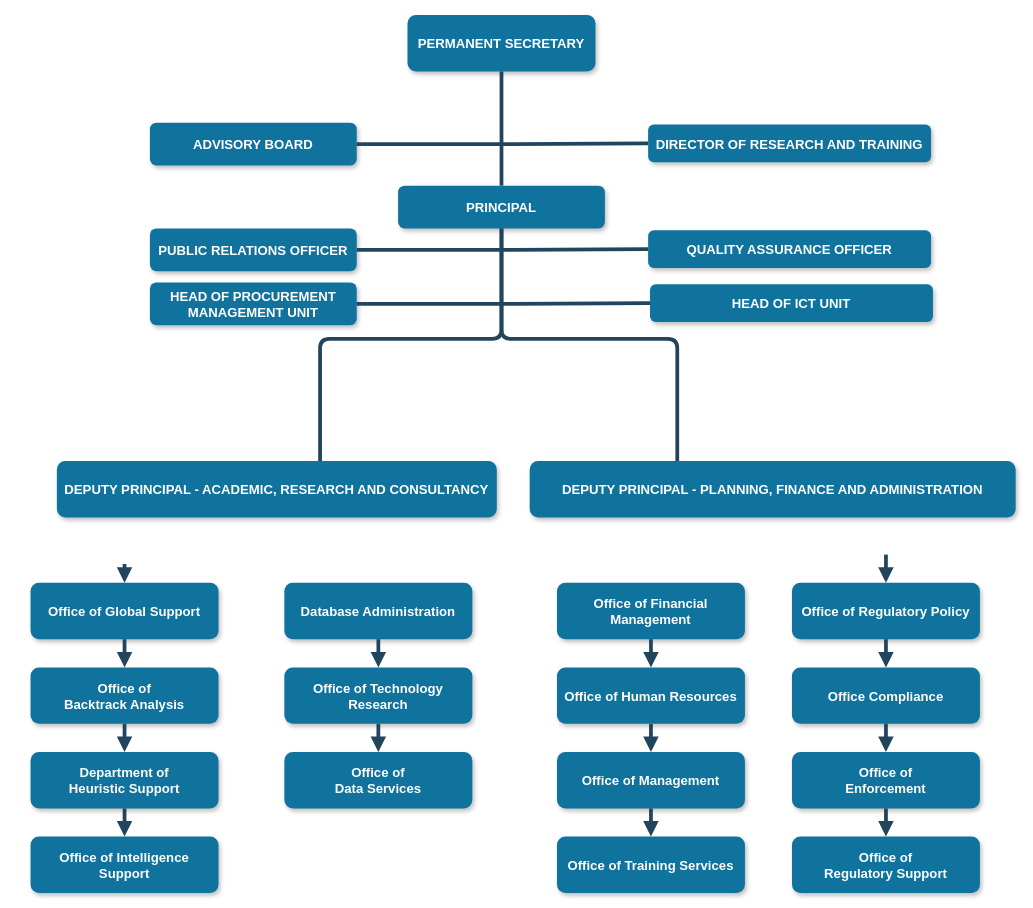
MbalamulaS/tech-diagrams keeps this draw.io diagram as organization-chart-fti.drawio. Above is the earlier version. Source tidied: cells renumbered, new cells numbered last; positions are measured from the earlier drawing's top-left corner, leaving out a move shared by most shapes. Both pictures are drawn from the tidied source at 94%, with x=0, y=0 at pixel (30, 15).
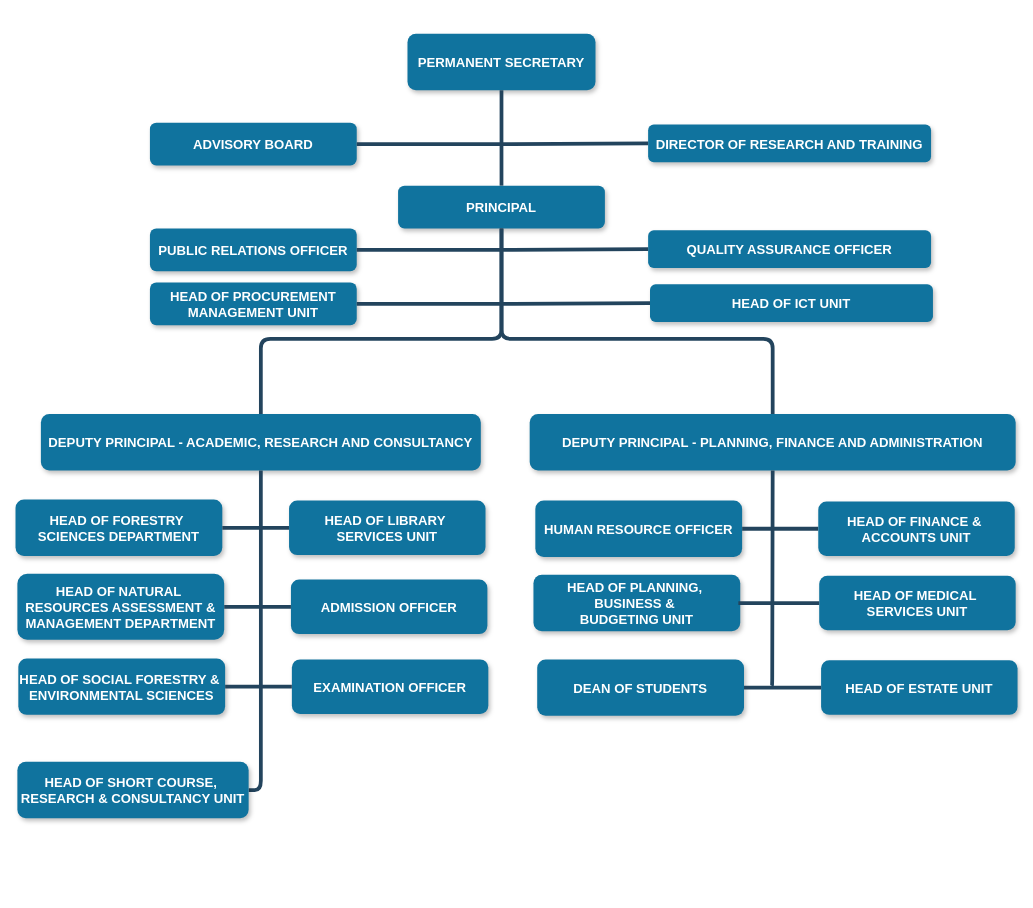
Above is the later version.

Commit message:
finalized diagram

The change refers to these unchanged cells:
```xml
<mxCell id="3" value="PRINCIPAL" style="rounded=1;fillColor=#10739E;strokeColor=none;shadow=1;gradientColor=none;fontStyle=1;fontColor=#FFFFFF;fontSize=14;" parent="1" vertex="1">
  <mxGeometry x="391" y="181" width="220" height="45.5" as="geometry" />
</mxCell>
```

What changed in the source:
```diff
@@
     <mxCell id="2" value="PERMANENT SECRETARY" style="rounded=1;fillColor=#10739E;strokeColor=none;shadow=1;gradientColor=none;fontStyle=1;fontColor=#FFFFFF;fontSize=14;" parent="1" vertex="1">
-      <mxGeometry x="401" y="-0.5" width="200" height="60" as="geometry" />
+      <mxGeometry x="401" y="19.5" width="200" height="60" as="geometry" />
     </mxCell>
@@
-    <mxCell id="4" value="Office of Global Support" style="rounded=1;fillColor=#10739E;strokeColor=none;shadow=1;gradientColor=none;fontStyle=1;fontColor=#FFFFFF;fontSize=14;" parent="1" vertex="1">
-      <mxGeometry y="603.5" width="200" height="60" as="geometry" />
-    </mxCell>
-    <mxCell id="5" value="Office of &#10;Backtrack Analysis" style="rounded=1;fillColor=#10739E;strokeColor=none;shadow=1;gradientColor=none;fontStyle=1;fontColor=#FFFFFF;fontSize=14;" parent="1" vertex="1">
-      <mxGeometry y="693.5" width="200" height="60" as="geometry" />
-    </mxCell>
-    <mxCell id="6" value="Department of &#10;Heuristic Support" style="rounded=1;fillColor=#10739E;strokeColor=none;shadow=1;gradientColor=none;fontStyle=1;fontColor=#FFFFFF;fontSize=14;" parent="1" vertex="1">
-      <mxGeometry y="783.5" width="200" height="60" as="geometry" />
-    </mxCell>
-    <mxCell id="7" value="Office of Intelligence &#10;Support" style="rounded=1;fillColor=#10739E;strokeColor=none;shadow=1;gradientColor=none;fontStyle=1;fontColor=#FFFFFF;fontSize=14;" parent="1" vertex="1">
-      <mxGeometry y="873.5" width="200" height="60" as="geometry" />
-    </mxCell>
     <mxCell id="8" value="DEPUTY PRINCIPAL - ACADEMIC, RESEARCH AND CONSULTANCY" style="rounded=1;fillColor=#10739E;strokeColor=none;shadow=1;gradientColor=none;fontStyle=1;fontColor=#FFFFFF;fontSize=14;" parent="1" vertex="1">
-      <mxGeometry x="28" y="474" width="468" height="60" as="geometry" />
+      <mxGeometry x="11" y="424" width="468" height="60" as="geometry" />
     </mxCell>
-    <mxCell id="9" value="Database Administration" style="rounded=1;fillColor=#10739E;strokeColor=none;shadow=1;gradientColor=none;fontStyle=1;fontColor=#FFFFFF;fontSize=14;" parent="1" vertex="1">
-      <mxGeometry x="270" y="603.5" width="200" height="60" as="geometry" />
-    </mxCell>
-    <mxCell id="10" value="Office of Technology &#10;Research" style="rounded=1;fillColor=#10739E;strokeColor=none;shadow=1;gradientColor=none;fontStyle=1;fontColor=#FFFFFF;fontSize=14;" parent="1" vertex="1">
-      <mxGeometry x="270" y="693.5" width="200" height="60" as="geometry" />
-    </mxCell>
-    <mxCell id="11" value="Office of&#10;Data Services" style="rounded=1;fillColor=#10739E;strokeColor=none;shadow=1;gradientColor=none;fontStyle=1;fontColor=#FFFFFF;fontSize=14;" parent="1" vertex="1">
-      <mxGeometry x="270" y="783.5" width="200" height="60" as="geometry" />
-    </mxCell>
     <mxCell id="12" value="DEPUTY PRINCIPAL - PLANNING, FINANCE AND ADMINISTRATION" style="rounded=1;fillColor=#10739E;strokeColor=none;shadow=1;gradientColor=none;fontStyle=1;fontColor=#FFFFFF;fontSize=14;" parent="1" vertex="1">
-      <mxGeometry x="531" y="474" width="517" height="60" as="geometry" />
+      <mxGeometry x="531" y="424" width="517" height="60" as="geometry" />
     </mxCell>
-    <mxCell id="13" value="Office of Financial &#10;Management" style="rounded=1;fillColor=#10739E;strokeColor=none;shadow=1;gradientColor=none;fontStyle=1;fontColor=#FFFFFF;fontSize=14;" parent="1" vertex="1">
-      <mxGeometry x="560" y="603.5" width="200" height="60" as="geometry" />
-    </mxCell>
-    <mxCell id="14" value="Office of Human Resources" style="rounded=1;fillColor=#10739E;strokeColor=none;shadow=1;gradientColor=none;fontStyle=1;fontColor=#FFFFFF;fontSize=14;" parent="1" vertex="1">
-      <mxGeometry x="560" y="693.5" width="200" height="60" as="geometry" />
-    </mxCell>
-    <mxCell id="15" value="Office of Management " style="rounded=1;fillColor=#10739E;strokeColor=none;shadow=1;gradientColor=none;fontStyle=1;fontColor=#FFFFFF;fontSize=14;" parent="1" vertex="1">
-      <mxGeometry x="560" y="783.5" width="200" height="60" as="geometry" />
-    </mxCell>
-    <mxCell id="16" value="Office of Training Services" style="rounded=1;fillColor=#10739E;strokeColor=none;shadow=1;gradientColor=none;fontStyle=1;fontColor=#FFFFFF;fontSize=14;" parent="1" vertex="1">
-      <mxGeometry x="560" y="873.5" width="200" height="60" as="geometry" />
-    </mxCell>
-    <mxCell id="17" value="Office of Regulatory Policy" style="rounded=1;fillColor=#10739E;strokeColor=none;shadow=1;gradientColor=none;fontStyle=1;fontColor=#FFFFFF;fontSize=14;" parent="1" vertex="1">
-      <mxGeometry x="810" y="603.5" width="200" height="60" as="geometry" />
-    </mxCell>
-    <mxCell id="18" value="Office Compliance" style="rounded=1;fillColor=#10739E;strokeColor=none;shadow=1;gradientColor=none;fontStyle=1;fontColor=#FFFFFF;fontSize=14;" parent="1" vertex="1">
-      <mxGeometry x="810" y="693.5" width="200" height="60" as="geometry" />
-    </mxCell>
-    <mxCell id="19" value="Office of &#10;Enforcement" style="rounded=1;fillColor=#10739E;strokeColor=none;shadow=1;gradientColor=none;fontStyle=1;fontColor=#FFFFFF;fontSize=14;" parent="1" vertex="1">
-      <mxGeometry x="810" y="783.5" width="200" height="60" as="geometry" />
-    </mxCell>
-    <mxCell id="20" value="Office of&#10; Regulatory Support" style="rounded=1;fillColor=#10739E;strokeColor=none;shadow=1;gradientColor=none;fontStyle=1;fontColor=#FFFFFF;fontSize=14;" parent="1" vertex="1">
-      <mxGeometry x="810" y="873.5" width="200" height="60" as="geometry" />
-    </mxCell>
@@
-    <mxCell id="22" style="edgeStyle=elbowEdgeStyle;elbow=vertical;strokeWidth=4;endArrow=block;endFill=1;fontStyle=1;strokeColor=#23445D;" parent="1" edge="1" target="4">
-      <mxGeometry x="62" y="165.5" as="geometry">
-        <mxPoint x="100" y="583.5" as="sourcePoint" />
-      </mxGeometry>
-    </mxCell>
-    <mxCell id="23" style="edgeStyle=elbowEdgeStyle;elbow=vertical;strokeWidth=4;endArrow=block;endFill=1;fontStyle=1;strokeColor=#23445D;" parent="1" edge="1" source="4" target="5">
-      <mxGeometry x="62" y="175.5" as="geometry" />
-    </mxCell>
-    <mxCell id="24" style="edgeStyle=elbowEdgeStyle;elbow=vertical;strokeWidth=4;endArrow=block;endFill=1;fontStyle=1;strokeColor=#23445D;" parent="1" edge="1" source="5" target="6">
-      <mxGeometry x="62" y="185.5" as="geometry" />
-    </mxCell>
-    <mxCell id="25" style="edgeStyle=elbowEdgeStyle;elbow=vertical;strokeWidth=4;endArrow=block;endFill=1;fontStyle=1;strokeColor=#23445D;" parent="1" edge="1" source="6" target="7">
-      <mxGeometry x="62" y="195.5" as="geometry" />
-    </mxCell>
-    <mxCell id="26" style="edgeStyle=elbowEdgeStyle;elbow=vertical;strokeWidth=4;endArrow=block;endFill=1;fontStyle=1;strokeColor=#23445D;" parent="1" edge="1" source="9" target="10">
-      <mxGeometry x="62" y="175.5" as="geometry" />
-    </mxCell>
-    <mxCell id="27" style="edgeStyle=elbowEdgeStyle;elbow=vertical;strokeWidth=4;endArrow=block;endFill=1;fontStyle=1;strokeColor=#23445D;" parent="1" edge="1" source="10" target="11">
-      <mxGeometry x="62" y="185.5" as="geometry" />
-    </mxCell>
-    <mxCell id="28" style="edgeStyle=elbowEdgeStyle;elbow=vertical;strokeWidth=4;endArrow=block;endFill=1;fontStyle=1;strokeColor=#23445D;" parent="1" edge="1" source="13" target="14">
-      <mxGeometry x="72" y="175.5" as="geometry" />
-    </mxCell>
-    <mxCell id="29" style="edgeStyle=elbowEdgeStyle;elbow=vertical;strokeWidth=4;endArrow=block;endFill=1;fontStyle=1;strokeColor=#23445D;" parent="1" edge="1" source="14" target="15">
-      <mxGeometry x="72" y="185.5" as="geometry" />
-    </mxCell>
-    <mxCell id="30" style="edgeStyle=elbowEdgeStyle;elbow=vertical;strokeWidth=4;endArrow=block;endFill=1;fontStyle=1;strokeColor=#23445D;" parent="1" edge="1" source="15" target="16">
-      <mxGeometry x="72" y="195.5" as="geometry" />
-    </mxCell>
-    <mxCell id="31" style="edgeStyle=elbowEdgeStyle;elbow=vertical;strokeWidth=4;endArrow=block;endFill=1;fontStyle=1;strokeColor=#23445D;" parent="1" edge="1" target="17">
-      <mxGeometry x="72" y="165.5" as="geometry">
-        <mxPoint x="910" y="573.5" as="sourcePoint" />
-      </mxGeometry>
-    </mxCell>
-    <mxCell id="32" style="edgeStyle=elbowEdgeStyle;elbow=vertical;strokeWidth=4;endArrow=block;endFill=1;fontStyle=1;strokeColor=#23445D;" parent="1" edge="1" source="17" target="18">
-      <mxGeometry x="72" y="175.5" as="geometry" />
-    </mxCell>
-    <mxCell id="33" style="edgeStyle=elbowEdgeStyle;elbow=vertical;strokeWidth=4;endArrow=block;endFill=1;fontStyle=1;strokeColor=#23445D;" parent="1" edge="1" source="18" target="19">
-      <mxGeometry x="72" y="185.5" as="geometry" />
-    </mxCell>
-    <mxCell id="34" style="edgeStyle=elbowEdgeStyle;elbow=vertical;strokeWidth=4;endArrow=block;endFill=1;fontStyle=1;strokeColor=#23445D;" parent="1" edge="1" source="19" target="20">
-      <mxGeometry x="72" y="195.5" as="geometry" />
-    </mxCell>
-    <mxCell id="35" style="edgeStyle=elbowEdgeStyle;elbow=vertical;strokeWidth=4;endArrow=none;endFill=1;fontStyle=1;strokeColor=#23445D;" parent="1" edge="1" source="3">
+    <mxCell id="35" style="edgeStyle=elbowEdgeStyle;elbow=vertical;strokeWidth=4;endArrow=none;endFill=1;fontStyle=1;strokeColor=#23445D;entryX=0.5;entryY=0;entryDx=0;entryDy=0;" parent="1" edge="1" source="3" target="8">
       <mxGeometry x="22" y="165.5" as="geometry">
-        <mxPoint x="308" y="474" as="targetPoint" />
         <Array as="points">
-          <mxPoint x="308" y="344" />
+          <mxPoint x="278" y="344" />
         </Array>
       </mxGeometry>
     </mxCell>
-    <mxCell id="36" style="edgeStyle=elbowEdgeStyle;elbow=vertical;strokeWidth=4;endArrow=none;endFill=1;fontStyle=1;strokeColor=#23445D;" parent="1" edge="1" source="3">
+    <mxCell id="36" style="edgeStyle=elbowEdgeStyle;elbow=vertical;strokeWidth=4;endArrow=none;endFill=1;fontStyle=1;strokeColor=#23445D;entryX=0.5;entryY=0;entryDx=0;entryDy=0;" parent="1" edge="1" source="3" target="12">
       <mxGeometry x="22" y="165.5" as="geometry">
-        <mxPoint x="688" y="474" as="targetPoint" />
         <Array as="points">
           <mxPoint x="688" y="344" />
         </Array>
       </mxGeometry>
     </mxCell>
@@
+    <mxCell id="46" style="edgeStyle=elbowEdgeStyle;elbow=horizontal;strokeWidth=4;endArrow=none;endFill=1;fontStyle=1;strokeColor=#23445D;exitX=0.5;exitY=1;exitDx=0;exitDy=0;entryX=1;entryY=0.5;entryDx=0;entryDy=0;" parent="1" edge="1" source="8" target="66">
+      <mxGeometry x="22" y="165.5" as="geometry">
+        <Array as="points">
+          <mxPoint x="245" y="794" />
+        </Array>
+      </mxGeometry>
+    </mxCell>
+    <mxCell id="47" style="edgeStyle=elbowEdgeStyle;elbow=horizontal;strokeWidth=4;endArrow=none;endFill=1;fontStyle=1;strokeColor=#23445D;exitX=0.5;exitY=1;exitDx=0;exitDy=0;" parent="1" edge="1" source="12">
+      <mxGeometry x="22" y="165.5" as="geometry">
+        <mxPoint x="788" y="714" as="targetPoint" />
+      </mxGeometry>
+    </mxCell>
+    <mxCell id="48" value="HEAD OF FORESTRY &#10;SCIENCES DEPARTMENT" style="rounded=1;fillColor=#10739E;strokeColor=none;shadow=1;gradientColor=none;fontStyle=1;fontColor=#FFFFFF;fontSize=14;" parent="1" vertex="1">
+      <mxGeometry x="-16" y="515" width="220" height="60" as="geometry" />
+    </mxCell>
+    <mxCell id="49" value="HEAD OF LIBRARY &#10;SERVICES UNIT" style="rounded=1;fillColor=#10739E;strokeColor=none;shadow=1;gradientColor=none;fontStyle=1;fontColor=#FFFFFF;fontSize=14;" parent="1" vertex="1">
+      <mxGeometry x="275" y="516" width="209" height="58" as="geometry" />
+    </mxCell>
+    <mxCell id="50" style="edgeStyle=elbowEdgeStyle;elbow=horizontal;strokeWidth=4;endArrow=none;endFill=1;fontStyle=1;strokeColor=#23445D;exitX=1;exitY=0.5;exitDx=0;exitDy=0;entryX=0;entryY=0.5;entryDx=0;entryDy=0;" parent="1" edge="1" source="48" target="49">
+      <mxGeometry x="22" y="165.5" as="geometry" />
+    </mxCell>
+    <mxCell id="51" value="HEAD OF NATURAL &#10;RESOURCES ASSESSMENT &amp; &#10;MANAGEMENT DEPARTMENT" style="rounded=1;fillColor=#10739E;strokeColor=none;shadow=1;gradientColor=none;fontStyle=1;fontColor=#FFFFFF;fontSize=14;" parent="1" vertex="1">
+      <mxGeometry x="-14" y="594" width="220" height="70" as="geometry" />
+    </mxCell>
+    <mxCell id="52" value="ADMISSION OFFICER" style="rounded=1;fillColor=#10739E;strokeColor=none;shadow=1;gradientColor=none;fontStyle=1;fontColor=#FFFFFF;fontSize=14;" parent="1" vertex="1">
+      <mxGeometry x="277" y="600" width="209" height="58" as="geometry" />
+    </mxCell>
+    <mxCell id="53" style="edgeStyle=elbowEdgeStyle;elbow=horizontal;strokeWidth=4;endArrow=none;endFill=1;fontStyle=1;strokeColor=#23445D;exitX=1;exitY=0.5;exitDx=0;exitDy=0;entryX=0;entryY=0.5;entryDx=0;entryDy=0;" parent="1" edge="1" source="51" target="52">
+      <mxGeometry x="22" y="165.5" as="geometry" />
+    </mxCell>
+    <mxCell id="54" value="HEAD OF SOCIAL FORESTRY &amp; &#10;ENVIRONMENTAL SCIENCES" style="rounded=1;fillColor=#10739E;strokeColor=none;shadow=1;gradientColor=none;fontStyle=1;fontColor=#FFFFFF;fontSize=14;" parent="1" vertex="1">
+      <mxGeometry x="-13" y="684" width="220" height="60" as="geometry" />
+    </mxCell>
+    <mxCell id="55" value="EXAMINATION OFFICER" style="rounded=1;fillColor=#10739E;strokeColor=none;shadow=1;gradientColor=none;fontStyle=1;fontColor=#FFFFFF;fontSize=14;" parent="1" vertex="1">
+      <mxGeometry x="278" y="685" width="209" height="58" as="geometry" />
+    </mxCell>
+    <mxCell id="56" style="edgeStyle=elbowEdgeStyle;elbow=horizontal;strokeWidth=4;endArrow=none;endFill=1;fontStyle=1;strokeColor=#23445D;exitX=1;exitY=0.5;exitDx=0;exitDy=0;entryX=0;entryY=0.5;entryDx=0;entryDy=0;" parent="1" edge="1" source="54" target="55">
+      <mxGeometry x="22" y="165.5" as="geometry" />
+    </mxCell>
+    <mxCell id="57" value="HUMAN RESOURCE OFFICER" style="rounded=1;fillColor=#10739E;strokeColor=none;shadow=1;gradientColor=none;fontStyle=1;fontColor=#FFFFFF;fontSize=14;" parent="1" vertex="1">
+      <mxGeometry x="537" y="516" width="220" height="60" as="geometry" />
+    </mxCell>
+    <mxCell id="58" style="edgeStyle=elbowEdgeStyle;elbow=horizontal;strokeWidth=4;endArrow=none;endFill=1;fontStyle=1;strokeColor=#23445D;exitX=1;exitY=0.5;exitDx=0;exitDy=0;entryX=0;entryY=0.5;entryDx=0;entryDy=0;" parent="1" edge="1" source="57" target="65">
+      <mxGeometry x="22" y="165.5" as="geometry" />
+    </mxCell>
+    <mxCell id="59" value="HEAD OF PLANNING, &#10;BUSINESS &amp; &#10;BUDGETING UNIT" style="rounded=1;fillColor=#10739E;strokeColor=none;shadow=1;gradientColor=none;fontStyle=1;fontColor=#FFFFFF;fontSize=14;" parent="1" vertex="1">
+      <mxGeometry x="535" y="595" width="220" height="60" as="geometry" />
+    </mxCell>
+    <mxCell id="60" value="HEAD OF MEDICAL &#10;SERVICES UNIT" style="rounded=1;fillColor=#10739E;strokeColor=none;shadow=1;gradientColor=none;fontStyle=1;fontColor=#FFFFFF;fontSize=14;" parent="1" vertex="1">
+      <mxGeometry x="839" y="596" width="209" height="58" as="geometry" />
+    </mxCell>
+    <mxCell id="61" style="edgeStyle=elbowEdgeStyle;elbow=horizontal;strokeWidth=4;endArrow=none;endFill=1;fontStyle=1;strokeColor=#23445D;exitX=1;exitY=0.5;exitDx=0;exitDy=0;entryX=0;entryY=0.5;entryDx=0;entryDy=0;" parent="1" edge="1" target="60">
+      <mxGeometry x="22" y="165.5" as="geometry">
+        <mxPoint x="753" y="625" as="sourcePoint" />
+      </mxGeometry>
+    </mxCell>
+    <mxCell id="62" value="DEAN OF STUDENTS" style="rounded=1;fillColor=#10739E;strokeColor=none;shadow=1;gradientColor=none;fontStyle=1;fontColor=#FFFFFF;fontSize=14;" parent="1" vertex="1">
+      <mxGeometry x="539" y="685" width="220" height="60" as="geometry" />
+    </mxCell>
+    <mxCell id="63" value="HEAD OF ESTATE UNIT" style="rounded=1;fillColor=#10739E;strokeColor=none;shadow=1;gradientColor=none;fontStyle=1;fontColor=#FFFFFF;fontSize=14;" parent="1" vertex="1">
+      <mxGeometry x="841" y="686" width="209" height="58" as="geometry" />
+    </mxCell>
+    <mxCell id="64" style="edgeStyle=elbowEdgeStyle;elbow=horizontal;strokeWidth=4;endArrow=none;endFill=1;fontStyle=1;strokeColor=#23445D;exitX=1;exitY=0.5;exitDx=0;exitDy=0;entryX=0;entryY=0.5;entryDx=0;entryDy=0;" parent="1" edge="1" source="62" target="63">
+      <mxGeometry x="22" y="165.5" as="geometry" />
+    </mxCell>
+    <mxCell id="65" value="HEAD OF FINANCE &amp; &#10;ACCOUNTS UNIT" style="rounded=1;fillColor=#10739E;strokeColor=none;shadow=1;gradientColor=none;fontStyle=1;fontColor=#FFFFFF;fontSize=14;" parent="1" vertex="1">
+      <mxGeometry x="838" y="517" width="209" height="58" as="geometry" />
+    </mxCell>
+    <mxCell id="66" value="HEAD OF SHORT COURSE, &#10;RESEARCH &amp; CONSULTANCY UNIT" style="rounded=1;fillColor=#10739E;strokeColor=none;shadow=1;gradientColor=none;fontStyle=1;fontColor=#FFFFFF;fontSize=14;" parent="1" vertex="1">
+      <mxGeometry x="-14" y="794" width="246" height="60" as="geometry" />
+    </mxCell>
```
